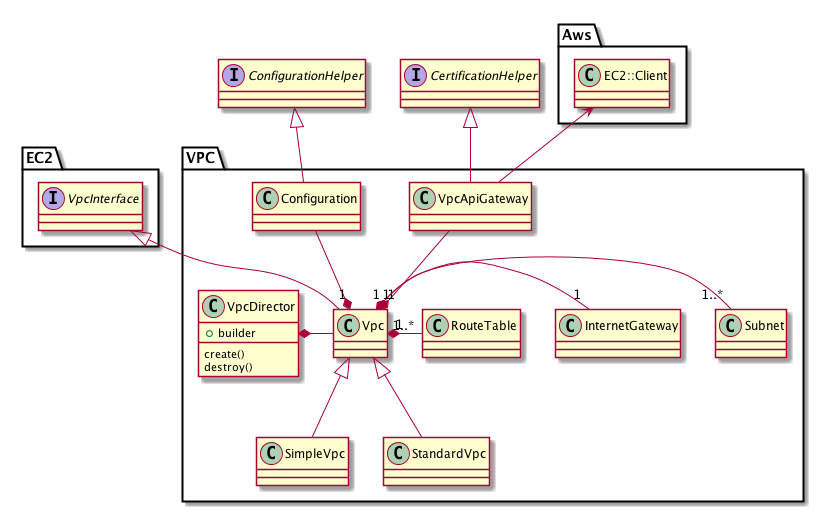
k2works/etude_for_aws keeps this PlantUML diagram as docs/dev/vpc/images/core_model.png. Above is the earlier version.
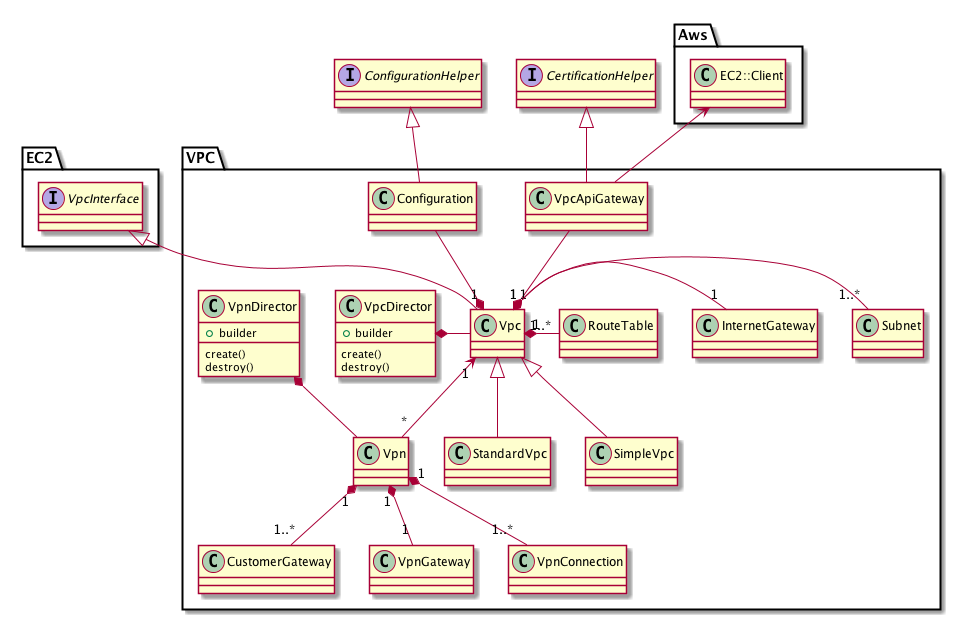
Above is the later version.

Commit message:
ドキュメント更新 #8

・クラス抽出を実施する

The edit, as a diff of the source:
```diff
@@ -17,6 +17,11 @@
     create()
     destroy()
   }
+  class VpnDirector {
+    + builder
+    create()
+    destroy()
+  }
 
   VpcApiGateway -u-> EC2::Client
   CertificationHelper <|-- VpcApiGateway
@@ -31,6 +36,12 @@
   Vpc <|-- SimpleVpc
   Vpc <|-- StandardVpc
   VpcDirector *-r- Vpc
+  VpnDirector *-- Vpn
+  Vpn "1" *-- "1..*" CustomerGateway
+  Vpn "1" *-- "1" VpnGateway
+  Vpn "1" *-- "1..*" VpnConnection
+  Vpn "*" -u-> "1" Vpc
+
 
 }
 
```
